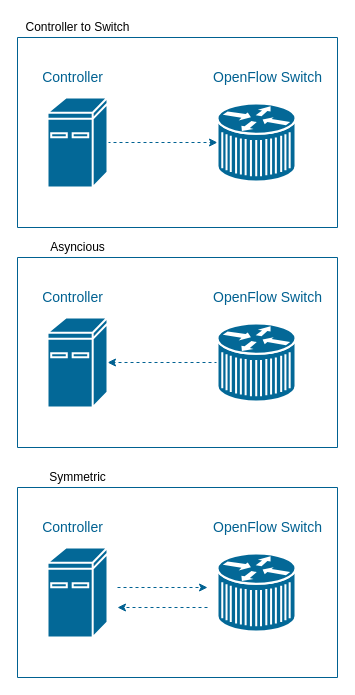
Above: page "message" (6 of 9) of SDN.drawio in waterwatermelon/graph (draw.io), before the change. Source tidied: cells renumbered, new cells numbered last; positions are measured from the earlier drawing's top-left corner, leaving out a move shared by most shapes. Both pictures are drawn from the tidied source at 100%, with x=0, y=0 at pixel (17, 17).
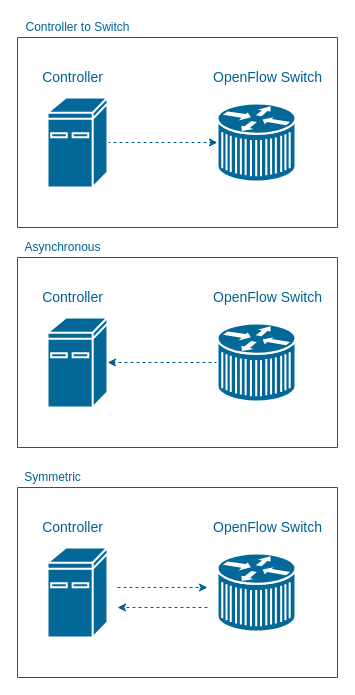
Above is the later version.

The edit, as a diff of the source:
```diff
@@
-    <mxCell id="21" value="Controller to Switch" style="text;html=1;align=center;verticalAlign=middle;" parent="1" vertex="1">
+    <mxCell id="21" value="Controller to Switch" style="text;html=1;align=center;verticalAlign=middle;fontColor=#006191;" parent="1" vertex="1">
       <mxGeometry width="120" height="20" as="geometry" />
     </mxCell>
-    <mxCell id="22" value="Asyncious" style="text;html=1;align=center;verticalAlign=middle;" parent="1" vertex="1">
-      <mxGeometry x="25" y="220" width="70" height="20" as="geometry" />
+    <mxCell id="22" value="Asynchronous" style="text;html=1;align=center;verticalAlign=middle;fontColor=#006191;" parent="1" vertex="1">
+      <mxGeometry y="220" width="90" height="20" as="geometry" />
     </mxCell>
-    <mxCell id="23" value="Symmetric" style="text;html=1;align=center;verticalAlign=middle;" parent="1" vertex="1">
-      <mxGeometry x="25" y="450" width="70" height="20" as="geometry" />
+    <mxCell id="23" value="&lt;font color=&quot;#006191&quot;&gt;Symmetric&lt;/font&gt;" style="text;html=1;align=center;verticalAlign=middle;" parent="1" vertex="1">
+      <mxGeometry y="450" width="70" height="20" as="geometry" />
     </mxCell>
```
